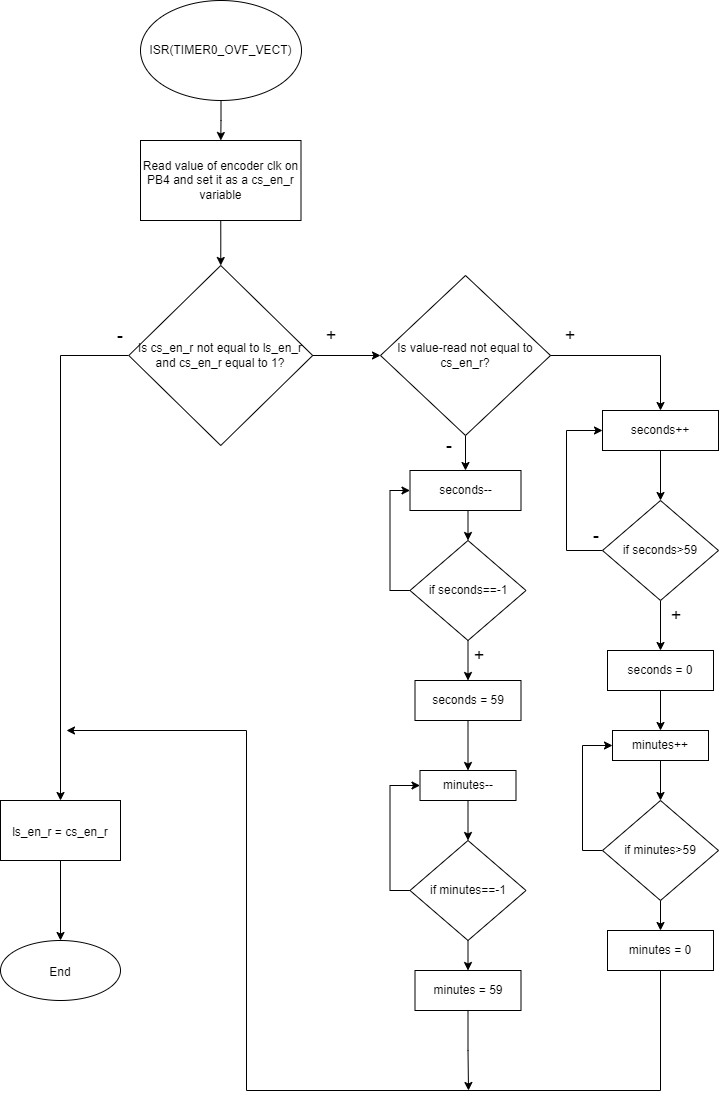
Before: project1/Time_changing.drawio.png, a diagram exported from draw.io (OndraFoltyn/digital-electronics-2). Source tidied: cells renumbered, new cells last; positions are measured from the earlier drawing's top-left corner, leaving out a move shared by most shapes.
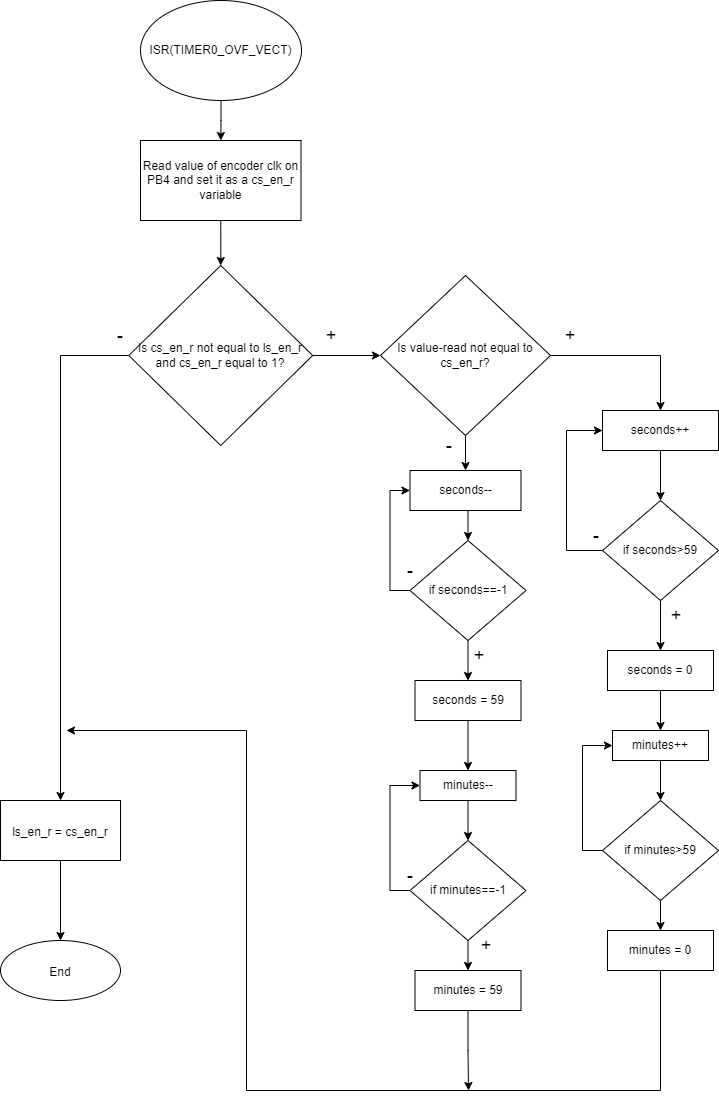
The same file after the commit.

The edit, as a diff of the source:
```diff
@@ -164,5 +164,14 @@
         </Array>
       </mxGeometry>
     </mxCell>
+    <mxCell id="50" value="&lt;span style=&quot;font-size: 18px;&quot;&gt;+&lt;/span&gt;" style="text;html=1;strokeColor=none;fillColor=none;align=center;verticalAlign=middle;whiteSpace=wrap;rounded=0;" parent="1" vertex="1">
+      <mxGeometry x="455.5" y="930" width="60" height="30" as="geometry" />
+    </mxCell>
+    <mxCell id="51" value="&lt;font style=&quot;font-size: 18px;&quot;&gt;-&lt;/font&gt;" style="text;html=1;strokeColor=none;fillColor=none;align=center;verticalAlign=middle;whiteSpace=wrap;rounded=0;" parent="1" vertex="1">
+      <mxGeometry x="380" y="555" width="60" height="30" as="geometry" />
+    </mxCell>
+    <mxCell id="52" value="&lt;font style=&quot;font-size: 18px;&quot;&gt;-&lt;/font&gt;" style="text;html=1;strokeColor=none;fillColor=none;align=center;verticalAlign=middle;whiteSpace=wrap;rounded=0;" parent="1" vertex="1">
+      <mxGeometry x="380" y="860" width="60" height="30" as="geometry" />
+    </mxCell>
   </root>
 </mxGraphModel>
```
